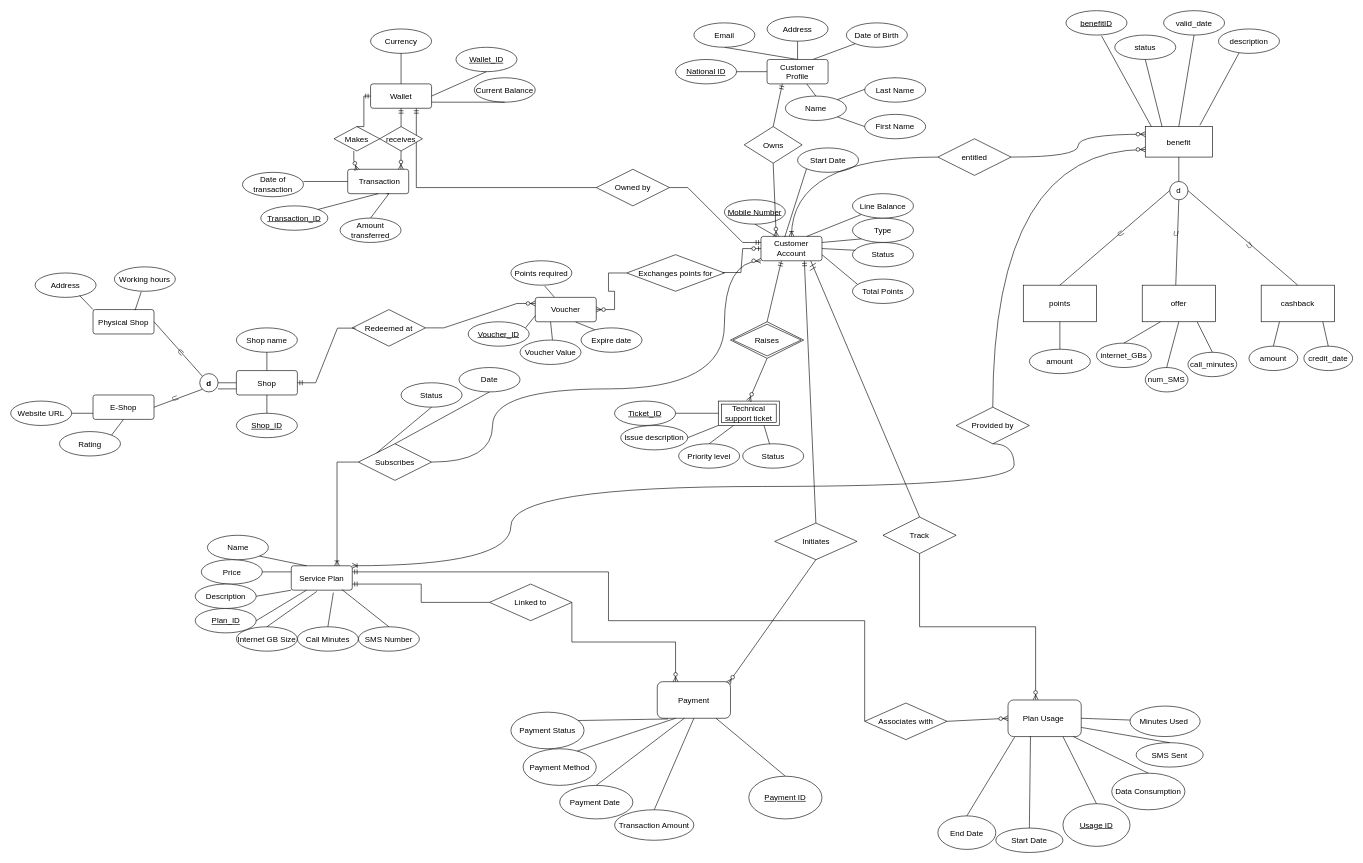
Earlier version of the draw.io diagram mainERD.drawio (itsfadymate/Customer-Data-Management-System). Source tidied: cells renumbered, new cells numbered last; positions are measured from the earlier drawing's top-left corner, leaving out a move shared by most shapes. Both pictures are drawn from the tidied source at 61%, with x=0, y=0 at pixel (10, 10).
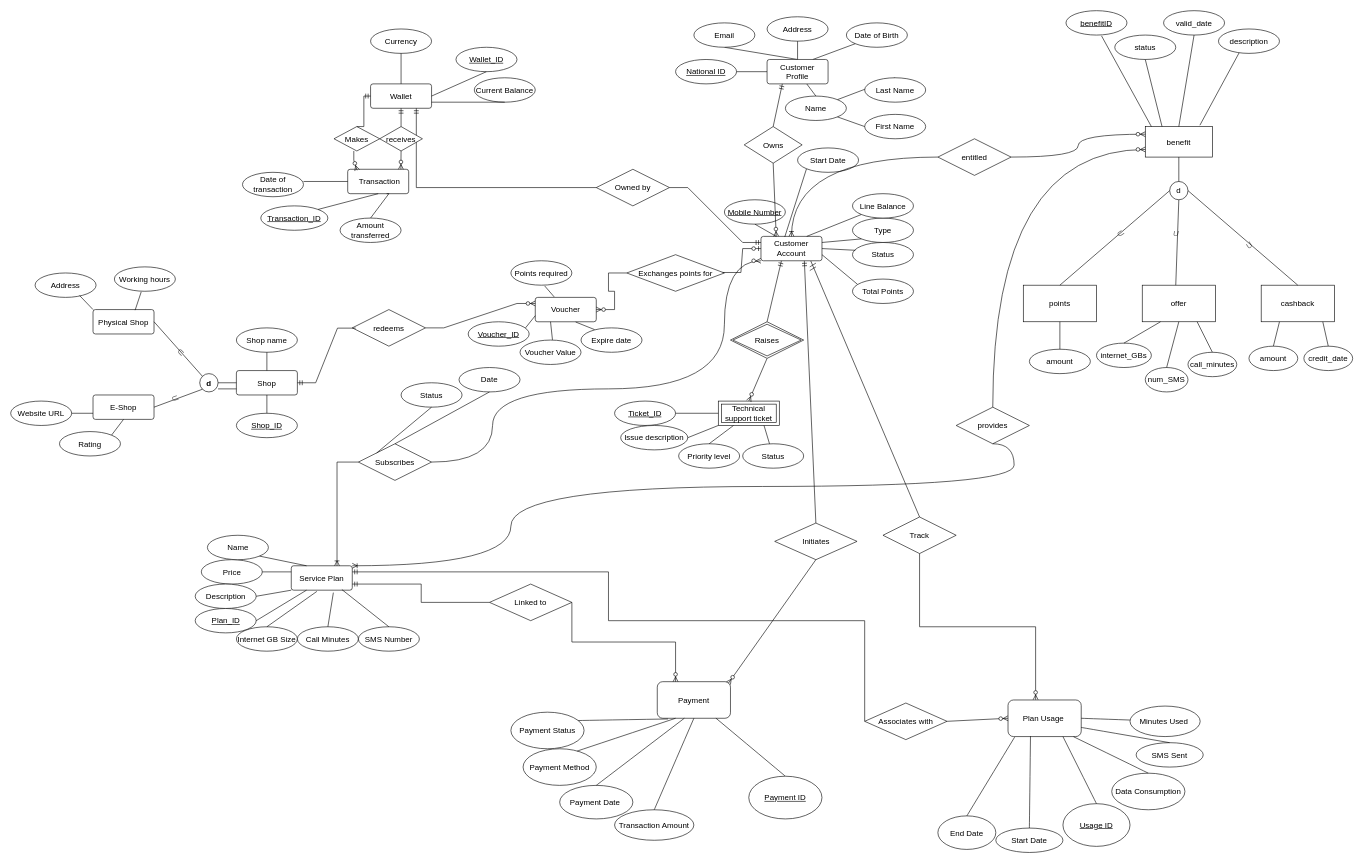
The same page after the edit.

What changed in the source:
```diff
@@
-    <mxCell id="90" value="Redeemed at" style="shape=rhombus;perimeter=rhombusPerimeter;whiteSpace=wrap;html=1;align=center;fontSize=13;" parent="1" vertex="1">
+    <mxCell id="90" value="redeems" style="shape=rhombus;perimeter=rhombusPerimeter;whiteSpace=wrap;html=1;align=center;fontSize=13;" parent="1" vertex="1">
       <mxGeometry x="560" y="490" width="120" height="60" as="geometry" />
     </mxCell>
@@
-    <mxCell id="147" value="Provided by" style="shape=rhombus;perimeter=rhombusPerimeter;whiteSpace=wrap;html=1;align=center;fontSize=13;" parent="1" vertex="1">
+    <mxCell id="147" value="provides" style="shape=rhombus;perimeter=rhombusPerimeter;whiteSpace=wrap;html=1;align=center;fontSize=13;" parent="1" vertex="1">
       <mxGeometry x="1550" y="650" width="120" height="60" as="geometry" />
     </mxCell>
```
